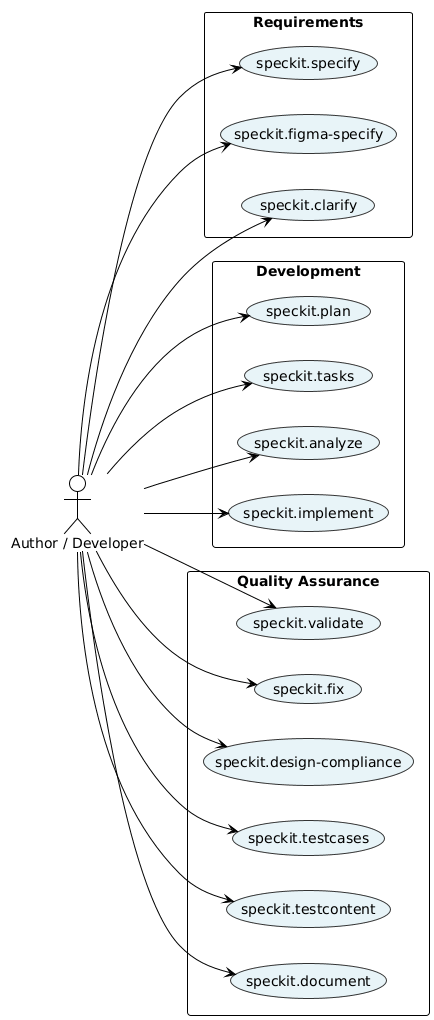
Above: .specify/docs/diagrams/speckit-usecase.png in mariorodriguez-creator/nitroblocks (PlantUML), before the change.
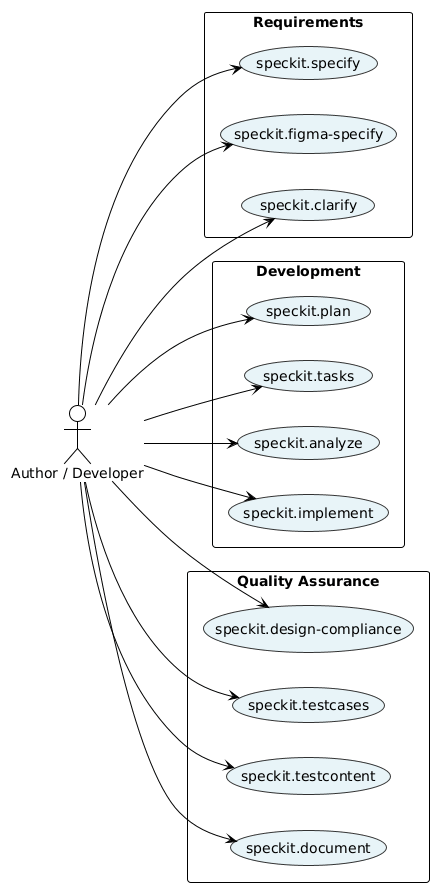
After the commit.

Diff of the diagram source:
```diff
@@ -20,12 +20,10 @@
   usecase "speckit.implement" as UC7
 }
 rectangle "Quality Assurance" {
-  usecase "speckit.validate" as UC8
-  usecase "speckit.fix" as UC9
-  usecase "speckit.design-compliance" as UC10
-  usecase "speckit.testcases" as UC11
-  usecase "speckit.testcontent" as UC12
-  usecase "speckit.document" as UC13
+  usecase "speckit.design-compliance" as UC8
+  usecase "speckit.testcases" as UC9
+  usecase "speckit.testcontent" as UC10
+  usecase "speckit.document" as UC11
 }
 
 user --> UC1
@@ -39,6 +37,4 @@
 user --> UC9
 user --> UC10
 user --> UC11
-user --> UC12
-user --> UC13
 @enduml
```
